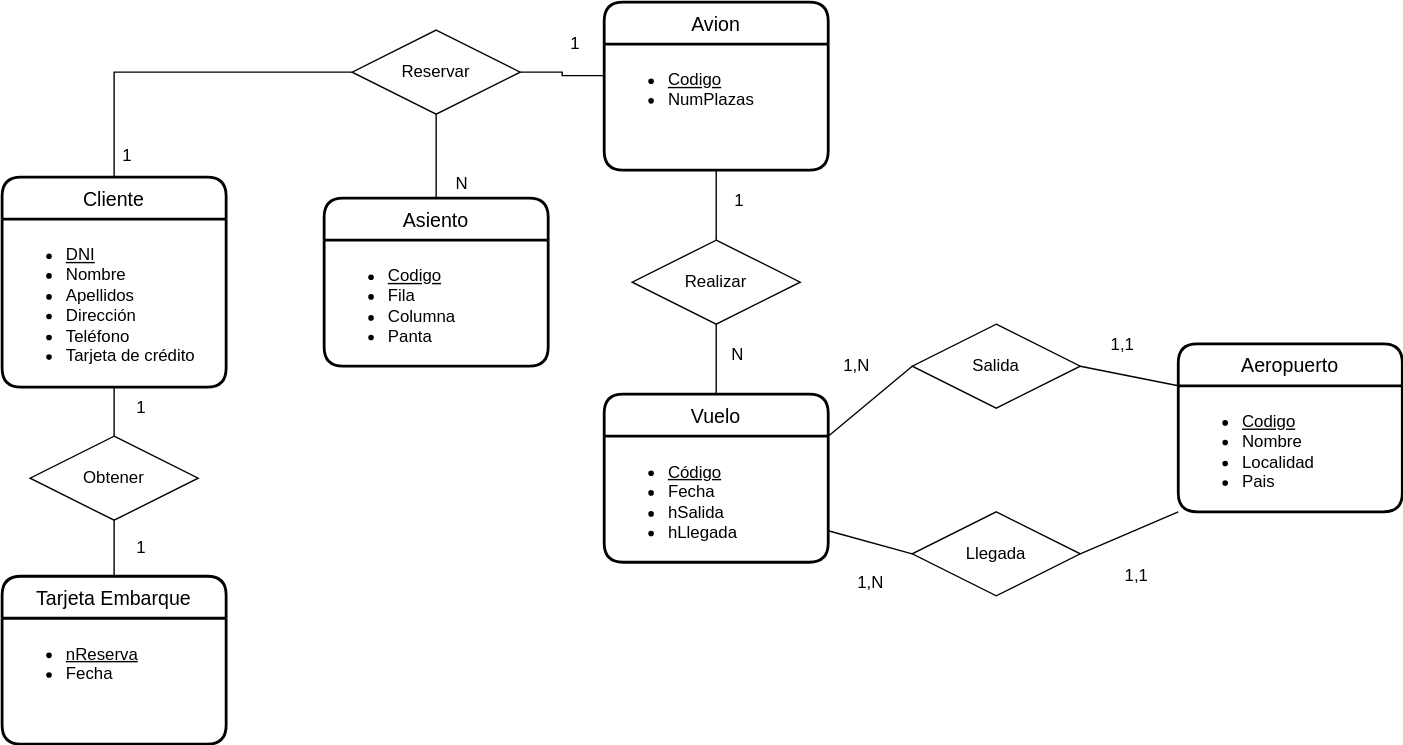
Above: UD12-8.svg in Jimxx22/C3-UD11-UML (draw.io), before the change. Source tidied: cells renumbered, new cells last; positions are measured from the earlier drawing's top-left corner, leaving out a move shared by most shapes.
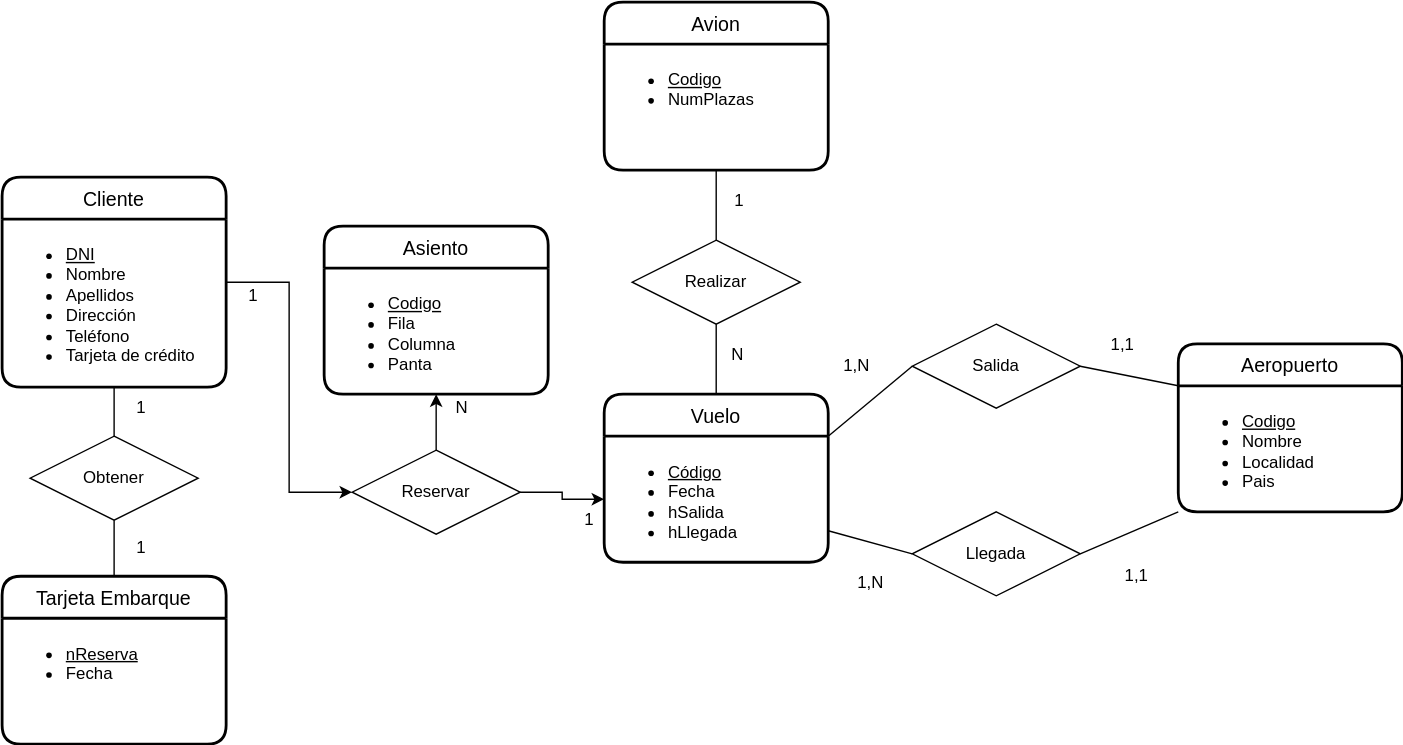
Above is the later version.

What changed in the source:
```diff
@@ -5,7 +5,7 @@
     <mxCell id="2" style="edgeStyle=orthogonalEdgeStyle;rounded=0;jettySize=auto;html=1;exitX=0.5;exitY=1;exitDx=0;exitDy=0;entryX=0.5;entryY=0;entryDx=0;entryDy=0;endArrow=none;endFill=0;" parent="1" edge="1" source="4" target="24">
       <mxGeometry relative="1" as="geometry" />
     </mxCell>
-    <mxCell id="3" style="edgeStyle=orthogonalEdgeStyle;rounded=0;jettySize=auto;html=1;exitX=0.5;exitY=0;exitDx=0;exitDy=0;entryX=0;entryY=0.5;entryDx=0;entryDy=0;endArrow=none;endFill=0;" parent="1" edge="1" source="4" target="32">
+    <mxCell id="3" style="edgeStyle=orthogonalEdgeStyle;rounded=0;jettySize=auto;html=1;exitX=1;exitY=0.5;exitDx=0;exitDy=0;entryX=0;entryY=0.5;entryDx=0;entryDy=0;" parent="1" edge="1" source="4" target="32">
       <mxGeometry relative="1" as="geometry" />
     </mxCell>
     <mxCell id="4" value="Cliente" style="swimlane;horizontal=1;startSize=30;rounded=1;fontSize=14;fontStyle=0;strokeWidth=2;shadow=0;dashed=0;align=center;html=0;" parent="1" vertex="1">
@@ -33,7 +33,7 @@
       <mxGeometry y="30" width="160" height="90" as="geometry" />
     </mxCell>
     <mxCell id="12" value="Asiento" style="swimlane;horizontal=1;startSize=30;rounded=1;fontSize=14;fontStyle=0;strokeWidth=2;shadow=0;dashed=0;align=center;" parent="1" vertex="1">
-      <mxGeometry x="230" y="140" width="160" height="120" as="geometry" />
+      <mxGeometry x="230" y="160" width="160" height="120" as="geometry" />
     </mxCell>
     <mxCell id="13" value="&lt;ul&gt;&lt;li&gt;&lt;u&gt;Codigo&lt;/u&gt;&lt;/li&gt;&lt;li&gt;Fila&lt;/li&gt;&lt;li&gt;Columna&lt;/li&gt;&lt;li&gt;Panta&lt;/li&gt;&lt;/ul&gt;" style="align=left;strokeColor=none;fillColor=none;spacingLeft=4;fontSize=12;verticalAlign=top;html=1;" parent="12" vertex="1">
       <mxGeometry y="30" width="160" height="90" as="geometry" />
@@ -94,14 +94,14 @@
         <mxPoint x="-397" y="-112" as="offset" />
       </mxGeometry>
     </mxCell>
-    <mxCell id="30" style="edgeStyle=orthogonalEdgeStyle;rounded=0;jettySize=auto;html=1;exitX=0.5;exitY=1;exitDx=0;exitDy=0;entryX=0.5;entryY=0;entryDx=0;entryDy=0;endArrow=none;endFill=0;" parent="1" edge="1" source="32" target="12">
+    <mxCell id="30" style="edgeStyle=orthogonalEdgeStyle;rounded=0;jettySize=auto;html=1;exitX=0.5;exitY=0;exitDx=0;exitDy=0;entryX=0.5;entryY=1;entryDx=0;entryDy=0;" parent="1" edge="1" source="32" target="12">
       <mxGeometry relative="1" as="geometry" />
     </mxCell>
-    <mxCell id="31" style="edgeStyle=orthogonalEdgeStyle;rounded=0;jettySize=auto;html=1;exitX=1;exitY=0.5;exitDx=0;exitDy=0;entryX=0;entryY=0.25;entryDx=0;entryDy=0;endArrow=none;endFill=0;" parent="1" edge="1" source="32" target="9">
-      <mxGeometry relative="1" as="geometry" />
-    </mxCell>
+    <mxCell id="41" style="edgeStyle=orthogonalEdgeStyle;rounded=0;jettySize=auto;html=1;exitX=1;exitY=0.5;exitDx=0;exitDy=0;entryX=0;entryY=0.5;entryDx=0;entryDy=0;" parent="1" edge="1" source="32" target="11">
+      <mxGeometry relative="1" as="geometry" />
+    </mxCell>
     <mxCell id="32" value="Reservar" style="shape=rhombus;perimeter=rhombusPerimeter;whiteSpace=wrap;html=1;align=center;" parent="1" vertex="1">
-      <mxGeometry x="250" y="20" width="120" height="60" as="geometry" />
+      <mxGeometry x="250" y="320" width="120" height="60" as="geometry" />
     </mxCell>
     <mxCell id="33" style="endArrow=none;html=1;rounded=0;entryX=0;entryY=0.5;entryDx=0;entryDy=0;exitX=1;exitY=0.75;exitDx=0;exitDy=0;" parent="1" edge="1" source="11" target="16">
       <mxGeometry relative="1" as="geometry" />
@@ -110,7 +110,7 @@
       <mxGeometry x="590" y="245" width="40" height="30" as="geometry" />
     </mxCell>
     <mxCell id="35" value="1" style="html=1;align=right;verticalAlign=bottom;" parent="1" vertex="1">
-      <mxGeometry x="490" y="230" as="geometry">
+      <mxGeometry x="580" y="330" as="geometry">
         <mxPoint x="-397" y="-112" as="offset" />
       </mxGeometry>
     </mxCell>
@@ -118,7 +118,7 @@
       <mxGeometry x="600" y="400" width="40" height="30" as="geometry" />
     </mxCell>
     <mxCell id="37" value="N" style="html=1;align=right;verticalAlign=bottom;" parent="1" vertex="1">
-      <mxGeometry x="730" y="250" as="geometry">
+      <mxGeometry x="730" y="410" as="geometry">
         <mxPoint x="-397" y="-112" as="offset" />
       </mxGeometry>
     </mxCell>
@@ -126,7 +126,7 @@
       <mxGeometry x="790" y="395" width="40" height="30" as="geometry" />
     </mxCell>
     <mxCell id="39" value="1" style="html=1;align=right;verticalAlign=bottom;" parent="1" vertex="1">
-      <mxGeometry x="810" y="150" as="geometry">
+      <mxGeometry x="820" y="490" as="geometry">
         <mxPoint x="-397" y="-112" as="offset" />
       </mxGeometry>
     </mxCell>
```
